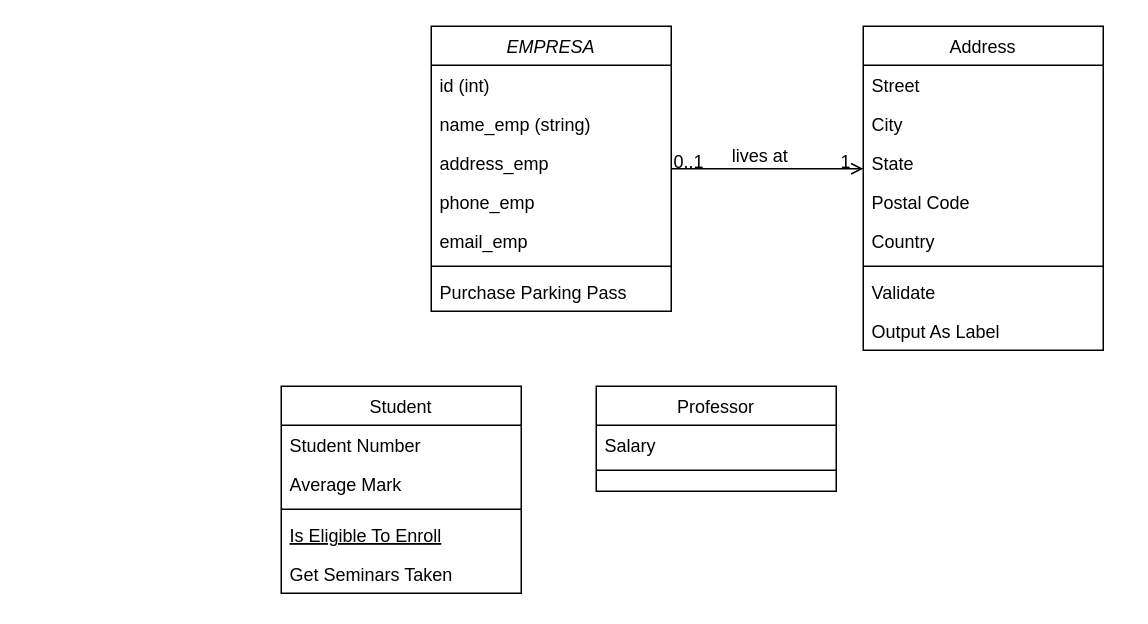
The draw.io diagram dbvet.drawio in IsaacCRS17/BD-VET, before the edit. Source tidied: cells renumbered, new cells numbered last; positions are measured from the earlier drawing's top-left corner, leaving out a move shared by most shapes. Both pictures are drawn from the tidied source at 150%, with x=0, y=0 at pixel (280, 26).
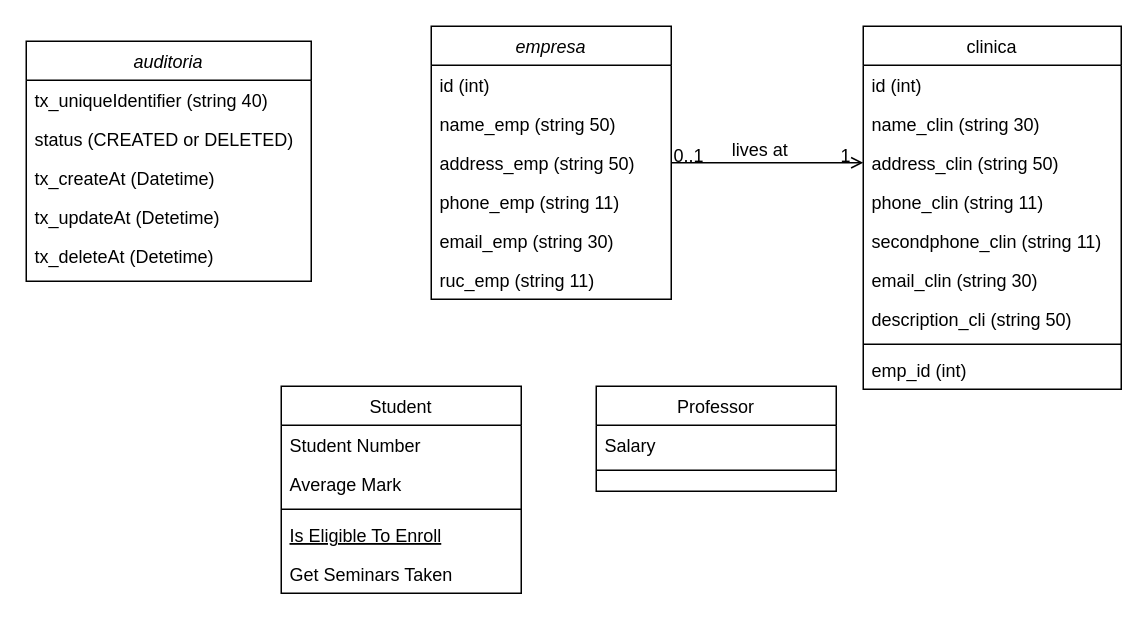
After the change.

What changed in the source:
```diff
@@
-    <mxCell id="2" value="EMPRESA" style="swimlane;fontStyle=2;align=center;verticalAlign=top;horizontal=1;startSize=26;rounded=0;shadow=0;strokeWidth=1;" parent="1" vertex="1">
-      <mxGeometry x="100" width="160" height="190" as="geometry" />
+    <mxCell id="2" value="empresa" style="swimlane;fontStyle=2;align=center;verticalAlign=top;horizontal=1;startSize=26;rounded=0;shadow=0;strokeWidth=1;" parent="1" vertex="1">
+      <mxGeometry x="100" width="160" height="182" as="geometry" />
     </mxCell>
@@
-    <mxCell id="4" value="name_emp (string)" style="text;align=left;verticalAlign=top;spacingLeft=4;spacingRight=4;overflow=hidden;rounded=0;shadow=0;html=0;" parent="2" vertex="1">
+    <mxCell id="4" value="name_emp (string 50)" style="text;align=left;verticalAlign=top;spacingLeft=4;spacingRight=4;overflow=hidden;rounded=0;shadow=0;html=0;" parent="2" vertex="1">
       <mxGeometry y="52" width="160" height="26" as="geometry" />
     </mxCell>
-    <mxCell id="5" value="address_emp" style="text;align=left;verticalAlign=top;spacingLeft=4;spacingRight=4;overflow=hidden;rounded=0;shadow=0;html=0;" parent="2" vertex="1">
+    <mxCell id="5" value="address_emp (string 50)" style="text;align=left;verticalAlign=top;spacingLeft=4;spacingRight=4;overflow=hidden;rounded=0;shadow=0;html=0;" parent="2" vertex="1">
       <mxGeometry y="78" width="160" height="26" as="geometry" />
     </mxCell>
-    <mxCell id="6" value="phone_emp" style="text;align=left;verticalAlign=top;spacingLeft=4;spacingRight=4;overflow=hidden;rounded=0;shadow=0;html=0;" parent="2" vertex="1">
+    <mxCell id="6" value="phone_emp (string 11)" style="text;align=left;verticalAlign=top;spacingLeft=4;spacingRight=4;overflow=hidden;rounded=0;shadow=0;html=0;" parent="2" vertex="1">
       <mxGeometry y="104" width="160" height="26" as="geometry" />
     </mxCell>
-    <mxCell id="7" value="email_emp" style="text;align=left;verticalAlign=top;spacingLeft=4;spacingRight=4;overflow=hidden;rounded=0;shadow=0;html=0;" parent="2" vertex="1">
+    <mxCell id="7" value="email_emp (string 30)" style="text;align=left;verticalAlign=top;spacingLeft=4;spacingRight=4;overflow=hidden;rounded=0;shadow=0;html=0;" parent="2" vertex="1">
       <mxGeometry y="130" width="160" height="26" as="geometry" />
     </mxCell>
-    <mxCell id="8" style="line;html=1;strokeWidth=1;align=left;verticalAlign=middle;spacingTop=-1;spacingLeft=3;spacingRight=3;labelPosition=right;" parent="2" vertex="1">
-      <mxGeometry y="156" width="160" height="8" as="geometry" />
-    </mxCell>
-    <mxCell id="9" value="Purchase Parking Pass" style="text;align=left;verticalAlign=top;spacingLeft=4;spacingRight=4;overflow=hidden;" parent="2" vertex="1">
-      <mxGeometry y="164" width="160" height="26" as="geometry" />
-    </mxCell>
+    <mxCell id="32" value="ruc_emp (string 11)" style="text;align=left;verticalAlign=top;spacingLeft=4;spacingRight=4;overflow=hidden;rounded=0;shadow=0;html=0;" parent="2" vertex="1">
+      <mxGeometry y="156" width="160" height="26" as="geometry" />
+    </mxCell>
@@
-    <mxCell id="19" value="Address" style="swimlane;fontStyle=0;align=center;verticalAlign=top;horizontal=1;startSize=26;rounded=0;shadow=0;strokeWidth=1;" parent="1" vertex="1">
-      <mxGeometry x="388" width="160" height="216" as="geometry" />
+    <mxCell id="19" value="clinica" style="swimlane;fontStyle=0;align=center;verticalAlign=top;horizontal=1;startSize=26;rounded=0;shadow=0;strokeWidth=1;" parent="1" vertex="1">
+      <mxGeometry x="388" width="172" height="242" as="geometry" />
     </mxCell>
-    <mxCell id="20" value="Street" style="text;align=left;verticalAlign=top;spacingLeft=4;spacingRight=4;overflow=hidden;" parent="19" vertex="1">
-      <mxGeometry y="26" width="160" height="26" as="geometry" />
+    <mxCell id="20" value="id (int)" style="text;align=left;verticalAlign=top;spacingLeft=4;spacingRight=4;overflow=hidden;" parent="19" vertex="1">
+      <mxGeometry y="26" width="172" height="26" as="geometry" />
     </mxCell>
-    <mxCell id="21" value="City" style="text;align=left;verticalAlign=top;spacingLeft=4;spacingRight=4;overflow=hidden;rounded=0;shadow=0;html=0;" parent="19" vertex="1">
-      <mxGeometry y="52" width="160" height="26" as="geometry" />
+    <mxCell id="21" value="name_clin (string 30)" style="text;align=left;verticalAlign=top;spacingLeft=4;spacingRight=4;overflow=hidden;rounded=0;shadow=0;html=0;" parent="19" vertex="1">
+      <mxGeometry y="52" width="172" height="26" as="geometry" />
     </mxCell>
-    <mxCell id="22" value="State" style="text;align=left;verticalAlign=top;spacingLeft=4;spacingRight=4;overflow=hidden;rounded=0;shadow=0;html=0;" parent="19" vertex="1">
-      <mxGeometry y="78" width="160" height="26" as="geometry" />
+    <mxCell id="22" value="address_clin (string 50)" style="text;align=left;verticalAlign=top;spacingLeft=4;spacingRight=4;overflow=hidden;rounded=0;shadow=0;html=0;" parent="19" vertex="1">
+      <mxGeometry y="78" width="172" height="26" as="geometry" />
     </mxCell>
-    <mxCell id="23" value="Postal Code" style="text;align=left;verticalAlign=top;spacingLeft=4;spacingRight=4;overflow=hidden;rounded=0;shadow=0;html=0;" parent="19" vertex="1">
-      <mxGeometry y="104" width="160" height="26" as="geometry" />
+    <mxCell id="23" value="phone_clin (string 11)" style="text;align=left;verticalAlign=top;spacingLeft=4;spacingRight=4;overflow=hidden;rounded=0;shadow=0;html=0;" parent="19" vertex="1">
+      <mxGeometry y="104" width="172" height="26" as="geometry" />
     </mxCell>
-    <mxCell id="24" value="Country" style="text;align=left;verticalAlign=top;spacingLeft=4;spacingRight=4;overflow=hidden;rounded=0;shadow=0;html=0;" parent="19" vertex="1">
-      <mxGeometry y="130" width="160" height="26" as="geometry" />
+    <mxCell id="24" value="secondphone_clin (string 11)" style="text;align=left;verticalAlign=top;spacingLeft=4;spacingRight=4;overflow=hidden;rounded=0;shadow=0;html=0;" parent="19" vertex="1">
+      <mxGeometry y="130" width="172" height="26" as="geometry" />
     </mxCell>
+    <mxCell id="33" value="email_clin (string 30)" style="text;align=left;verticalAlign=top;spacingLeft=4;spacingRight=4;overflow=hidden;rounded=0;shadow=0;html=0;" parent="19" vertex="1">
+      <mxGeometry y="156" width="172" height="26" as="geometry" />
+    </mxCell>
+    <mxCell id="34" value="description_cli (string 50)" style="text;align=left;verticalAlign=top;spacingLeft=4;spacingRight=4;overflow=hidden;rounded=0;shadow=0;html=0;" parent="19" vertex="1">
+      <mxGeometry y="182" width="172" height="26" as="geometry" />
+    </mxCell>
     <mxCell id="25" style="line;html=1;strokeWidth=1;align=left;verticalAlign=middle;spacingTop=-1;spacingLeft=3;spacingRight=3;labelPosition=right;" parent="19" vertex="1">
-      <mxGeometry y="156" width="160" height="8" as="geometry" />
+      <mxGeometry y="208" width="172" height="8" as="geometry" />
     </mxCell>
-    <mxCell id="26" value="Validate" style="text;align=left;verticalAlign=top;spacingLeft=4;spacingRight=4;overflow=hidden;" parent="19" vertex="1">
-      <mxGeometry y="164" width="160" height="26" as="geometry" />
+    <mxCell id="26" value="emp_id (int)" style="text;align=left;verticalAlign=top;spacingLeft=4;spacingRight=4;overflow=hidden;" parent="19" vertex="1">
+      <mxGeometry y="216" width="172" height="26" as="geometry" />
     </mxCell>
-    <mxCell id="27" value="Output As Label" style="text;align=left;verticalAlign=top;spacingLeft=4;spacingRight=4;overflow=hidden;" parent="19" vertex="1">
-      <mxGeometry y="190" width="160" height="26" as="geometry" />
-    </mxCell>
@@
+    <mxCell id="35" value="auditoria" style="swimlane;fontStyle=2;align=center;verticalAlign=top;horizontal=1;startSize=26;rounded=0;shadow=0;strokeWidth=1;" parent="1" vertex="1">
+      <mxGeometry x="-170" y="10" width="190" height="160" as="geometry" />
+    </mxCell>
+    <mxCell id="36" value="tx_uniqueIdentifier (string 40)" style="text;align=left;verticalAlign=top;spacingLeft=4;spacingRight=4;overflow=hidden;" parent="35" vertex="1">
+      <mxGeometry y="26" width="190" height="26" as="geometry" />
+    </mxCell>
+    <mxCell id="37" value="status (CREATED or DELETED)" style="text;align=left;verticalAlign=top;spacingLeft=4;spacingRight=4;overflow=hidden;rounded=0;shadow=0;html=0;" parent="35" vertex="1">
+      <mxGeometry y="52" width="190" height="26" as="geometry" />
+    </mxCell>
+    <mxCell id="38" value="tx_createAt (Datetime)" style="text;align=left;verticalAlign=top;spacingLeft=4;spacingRight=4;overflow=hidden;rounded=0;shadow=0;html=0;" parent="35" vertex="1">
+      <mxGeometry y="78" width="190" height="26" as="geometry" />
+    </mxCell>
+    <mxCell id="39" value="tx_updateAt (Detetime)" style="text;align=left;verticalAlign=top;spacingLeft=4;spacingRight=4;overflow=hidden;rounded=0;shadow=0;html=0;" parent="35" vertex="1">
+      <mxGeometry y="104" width="190" height="26" as="geometry" />
+    </mxCell>
+    <mxCell id="40" value="tx_deleteAt (Detetime)" style="text;align=left;verticalAlign=top;spacingLeft=4;spacingRight=4;overflow=hidden;rounded=0;shadow=0;html=0;" parent="35" vertex="1">
+      <mxGeometry y="130" width="190" height="26" as="geometry" />
+    </mxCell>
```
